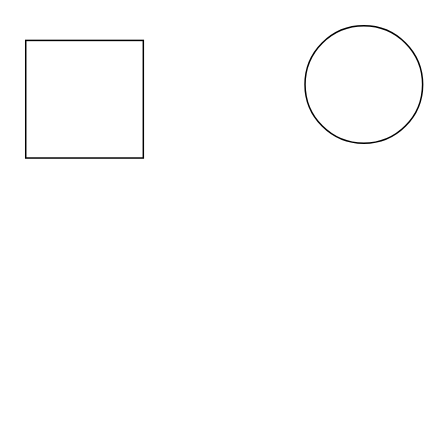
Above: drawio/test.drawio in longavailable/practices (draw.io), before the change. Source tidied: cells renumbered, new cells numbered last; positions are measured from the earlier drawing's top-left corner, leaving out a move shared by most shapes. Both pictures are drawn from the tidied source at 147%, with x=0, y=0 at pixel (25, 25).
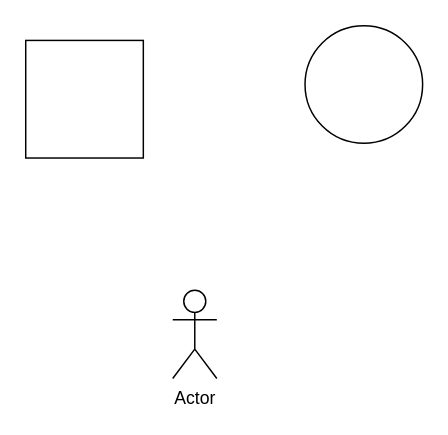
The same diagram, later.

Diff of the diagram source:
```diff
@@
 <mxGraphModel>
   <root>
     <mxCell id="0" />
     <mxCell id="1" parent="0" />
     <mxCell id="2" style="whiteSpace=wrap;html=1;" parent="1" vertex="1">
       <mxGeometry y="10" width="80" height="80" as="geometry" />
     </mxCell>
     <mxCell id="3" style="ellipse;whiteSpace=wrap;html=1;" parent="1" vertex="1">
       <mxGeometry x="190" width="80" height="80" as="geometry" />
     </mxCell>
+    <mxCell id="4" value="Actor" style="shape=umlActor;verticalLabelPosition=bottom;labelBackgroundColor=#ffffff;verticalAlign=top;html=1;" parent="1" vertex="1">
+      <mxGeometry x="100" y="180" width="30" height="60" as="geometry" />
+    </mxCell>
   </root>
 </mxGraphModel>
```
